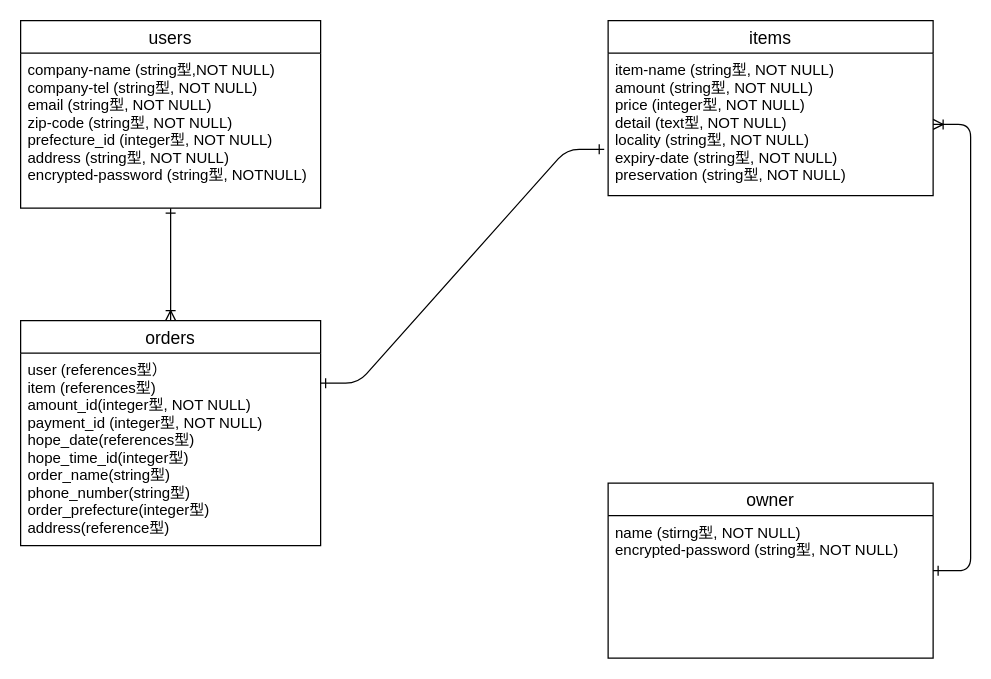
Before: page "ページ1" (1 of 2) of meat2.dio in Jun-Tagami/beginner-s-butcher-shop, a draw.io diagram. Source tidied: cells renumbered, new cells numbered last; positions are measured from the earlier drawing's top-left corner, leaving out a move shared by most shapes. Both pictures are drawn from the tidied source at 125%, with x=0, y=0 at pixel (20, 20).
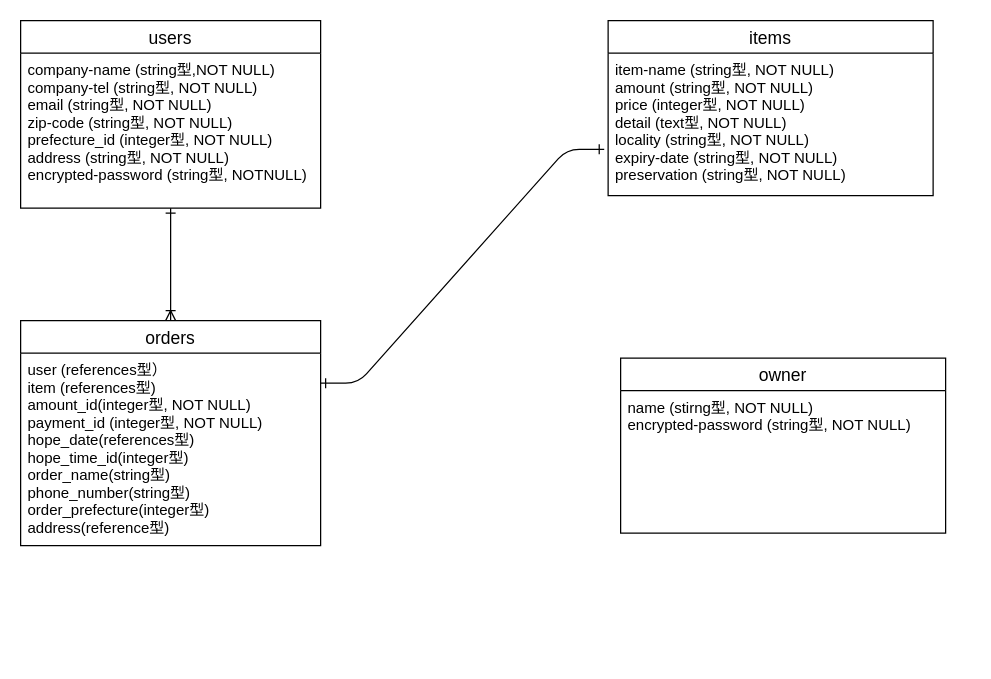
The same page after the edit.

The edit, as a diff of the source:
```diff
@@
 <mxGraphModel>
   <root>
     <mxCell id="0" />
     <mxCell id="1" parent="0" />
     <mxCell id="2" value="users" style="swimlane;fontStyle=0;horizontal=1;startSize=26;align=center;fontSize=14;" parent="1" vertex="1">
       <mxGeometry width="240" height="150" as="geometry" />
     </mxCell>
     <mxCell id="3" value="company-name (string型,NOT NULL)&#10;company-tel (string型, NOT NULL)&#10;email (string型, NOT NULL)&#10;zip-code (string型, NOT NULL)&#10;prefecture_id (integer型, NOT NULL)&#10;address (string型, NOT NULL)&#10;encrypted-password (string型, NOTNULL)" style="text;strokeColor=none;fillColor=none;spacingLeft=4;spacingRight=4;overflow=hidden;points=[[0,0.5],[1,0.5]];portConstraint=eastwest;fontSize=12;" parent="2" vertex="1">
       <mxGeometry y="26" width="240" height="124" as="geometry" />
     </mxCell>
     <mxCell id="4" value="items" style="swimlane;fontStyle=0;horizontal=1;startSize=26;align=center;fontSize=14;" parent="1" vertex="1">
       <mxGeometry x="470" width="260" height="140" as="geometry" />
     </mxCell>
     <mxCell id="5" value="item-name (string型, NOT NULL)&#10;amount (string型, NOT NULL)&#10;price (integer型, NOT NULL)&#10;detail (text型, NOT NULL)&#10;locality (string型, NOT NULL)&#10;expiry-date (string型, NOT NULL)&#10;preservation (string型, NOT NULL)" style="text;strokeColor=none;fillColor=none;spacingLeft=4;spacingRight=4;overflow=hidden;points=[[0,0.5],[1,0.5]];portConstraint=eastwest;fontSize=12;" parent="4" vertex="1">
       <mxGeometry y="26" width="260" height="114" as="geometry" />
     </mxCell>
     <mxCell id="6" value="orders" style="swimlane;fontStyle=0;horizontal=1;startSize=26;align=center;fontSize=14;" parent="1" vertex="1">
       <mxGeometry y="240" width="240" height="180" as="geometry" />
     </mxCell>
     <mxCell id="7" value="user (references型）&#10;item (references型)&#10;amount_id(integer型, NOT NULL)&#10;payment_id (integer型, NOT NULL)&#10;hope_date(references型)&#10;hope_time_id(integer型)&#10;order_name(string型)&#10;phone_number(string型)&#10;order_prefecture(integer型)&#10;address(reference型)" style="text;strokeColor=none;fillColor=none;spacingLeft=4;spacingRight=4;overflow=hidden;fontSize=12;" parent="6" vertex="1">
       <mxGeometry y="26" width="240" height="154" as="geometry" />
     </mxCell>
     <mxCell id="8" style="fontSize=12;html=1;endArrow=ERone;endFill=1;startArrow=ERoneToMany;startFill=0;exitX=0.5;exitY=0;exitDx=0;exitDy=0;entryX=0.5;entryY=1;entryDx=0;entryDy=0;entryPerimeter=0;" parent="1" edge="1" source="6" target="3">
       <mxGeometry relative="1" as="geometry" />
     </mxCell>
     <mxCell id="9" style="edgeStyle=entityRelationEdgeStyle;fontSize=12;html=1;endArrow=ERone;entryX=-0.012;entryY=0.675;entryDx=0;entryDy=0;entryPerimeter=0;startArrow=ERone;startFill=0;endFill=0;" parent="1" edge="1" target="5">
       <mxGeometry relative="1" as="geometry">
         <mxPoint x="240" y="290" as="sourcePoint" />
       </mxGeometry>
     </mxCell>
-    <mxCell id="10" style="edgeStyle=entityRelationEdgeStyle;fontSize=12;html=1;endArrow=ERoneToMany;startArrow=ERone;startFill=0;" parent="1" edge="1" target="5">
-      <mxGeometry relative="1" as="geometry">
-        <mxPoint x="730" y="440" as="sourcePoint" />
-      </mxGeometry>
-    </mxCell>
     <mxCell id="11" value="owner" style="swimlane;fontStyle=0;horizontal=1;startSize=26;align=center;fontSize=14;" parent="1" vertex="1">
-      <mxGeometry x="470" y="370" width="260" height="140" as="geometry" />
+      <mxGeometry x="480" y="270" width="260" height="140" as="geometry" />
     </mxCell>
     <mxCell id="12" value="name (stirng型, NOT NULL)&#10;encrypted-password (string型, NOT NULL)&#10;" style="text;strokeColor=none;fillColor=none;spacingLeft=4;spacingRight=4;overflow=hidden;fontSize=12;" parent="11" vertex="1">
       <mxGeometry y="26" width="260" height="114" as="geometry" />
     </mxCell>
   </root>
 </mxGraphModel>
```
